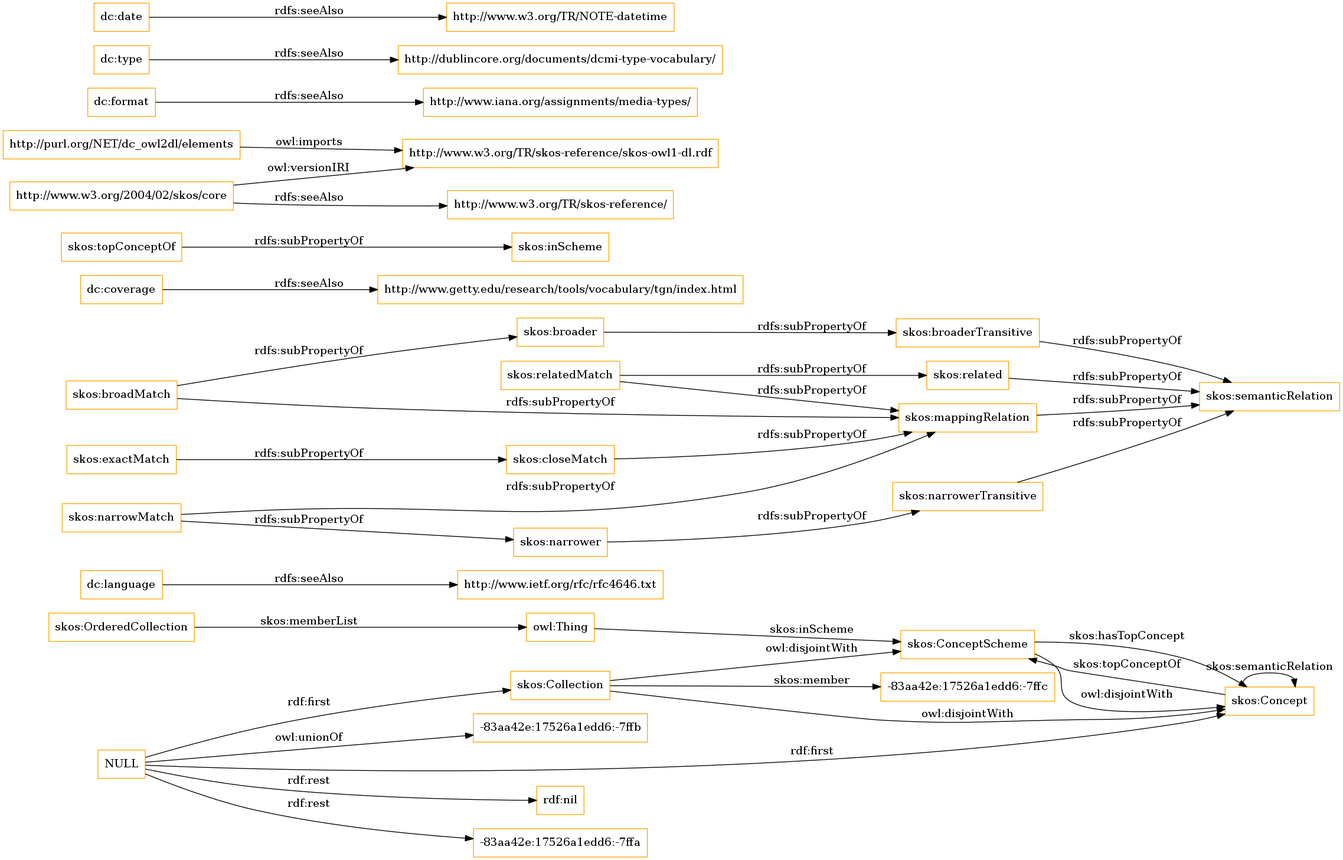
Earlier version of the Graphviz export OnToology/imports/elements.owl/diagrams/ar2dtool-class/elements.owl.png (OnToologyUser/core-ontology-1). Its source is kept beside it as OnToology/imports/elements.owl/diagrams/ar2dtool-class/elements.owl.png.dot.
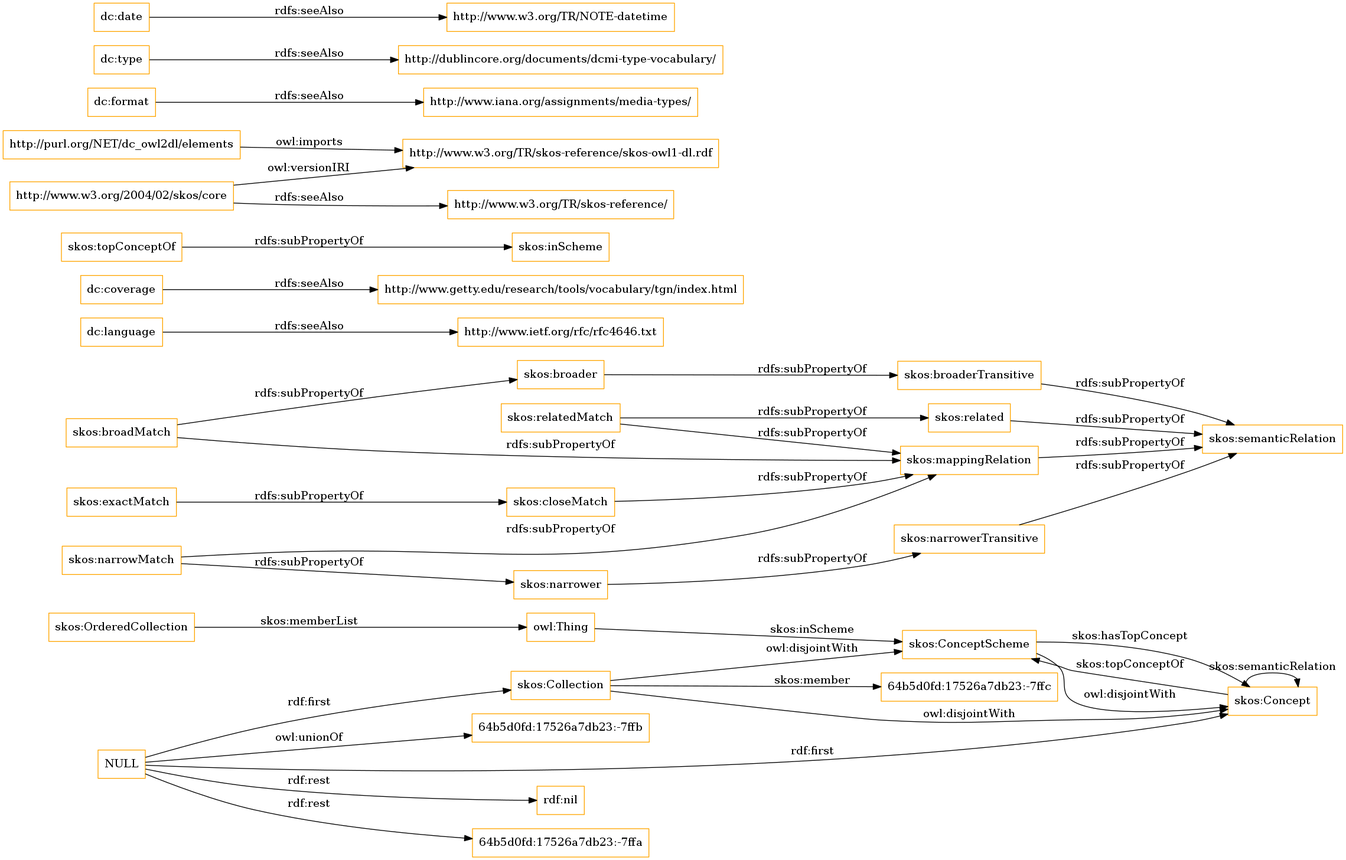
Above is the later version.

The edit, as a diff of the source:
```diff
@@ -1,13 +1,9 @@
 digraph ar2dtool_diagram {
 rankdir=LR;
 size="1501"
-node [shape = rectangle, color="orange"]; "-83aa42e:17526a1edd6:-7ffc" "skos:OrderedCollection" "skos:Collection" "skos:ConceptScheme" "skos:Concept" ; /*classes style*/
+node [shape = rectangle, color="orange"]; "64b5d0fd:17526a7db23:-7ffc" "skos:OrderedCollection" "skos:Collection" "skos:ConceptScheme" "skos:Concept" ; /*classes style*/
+	"skos:narrowerTransitive" -> "skos:semanticRelation" [ label = "rdfs:subPropertyOf" ];
 	"dc:language" -> "http://www.ietf.org/rfc/rfc4646.txt" [ label = "rdfs:seeAlso" ];
-	"NULL" -> "rdf:nil" [ label = "rdf:rest" ];
-	"NULL" -> "skos:Collection" [ label = "rdf:first" ];
-	"NULL" -> "-83aa42e:17526a1edd6:-7ffa" [ label = "rdf:rest" ];
-	"NULL" -> "skos:Concept" [ label = "rdf:first" ];
-	"NULL" -> "-83aa42e:17526a1edd6:-7ffb" [ label = "owl:unionOf" ];
 	"skos:closeMatch" -> "skos:mappingRelation" [ label = "rdfs:subPropertyOf" ];
 	"dc:coverage" -> "http://www.getty.edu/research/tools/vocabulary/tgn/index.html" [ label = "rdfs:seeAlso" ];
 	"skos:relatedMatch" -> "skos:related" [ label = "rdfs:subPropertyOf" ];
@@ -32,11 +28,15 @@
 	"skos:narrowMatch" -> "skos:mappingRelation" [ label = "rdfs:subPropertyOf" ];
 	"skos:narrower" -> "skos:narrowerTransitive" [ label = "rdfs:subPropertyOf" ];
 	"dc:date" -> "http://www.w3.org/TR/NOTE-datetime" [ label = "rdfs:seeAlso" ];
-	"skos:narrowerTransitive" -> "skos:semanticRelation" [ label = "rdfs:subPropertyOf" ];
+	"NULL" -> "rdf:nil" [ label = "rdf:rest" ];
+	"NULL" -> "skos:Collection" [ label = "rdf:first" ];
+	"NULL" -> "64b5d0fd:17526a7db23:-7ffa" [ label = "rdf:rest" ];
+	"NULL" -> "skos:Concept" [ label = "rdf:first" ];
+	"NULL" -> "64b5d0fd:17526a7db23:-7ffb" [ label = "owl:unionOf" ];
 	"skos:OrderedCollection" -> "owl:Thing" [ label = "skos:memberList" ];
 	"skos:Concept" -> "skos:ConceptScheme" [ label = "skos:topConceptOf" ];
 	"skos:Concept" -> "skos:Concept" [ label = "skos:semanticRelation" ];
-	"skos:Collection" -> "-83aa42e:17526a1edd6:-7ffc" [ label = "skos:member" ];
+	"skos:Collection" -> "64b5d0fd:17526a7db23:-7ffc" [ label = "skos:member" ];
 	"skos:ConceptScheme" -> "skos:Concept" [ label = "skos:hasTopConcept" ];
 	"owl:Thing" -> "skos:ConceptScheme" [ label = "skos:inScheme" ];
 
```
